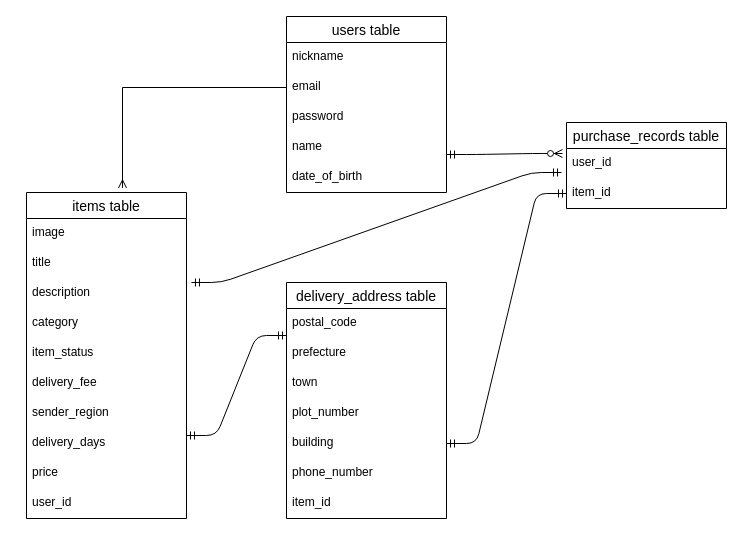
This is furima_er.dio from ru2rock/furima-35643, a draw.io file, before an edit. Source tidied: cells renumbered, new cells numbered last; positions are measured from the earlier drawing's top-left corner, leaving out a move shared by most shapes. Both pictures are drawn from the tidied source at 100%, with x=0, y=0 at pixel (26, 16).
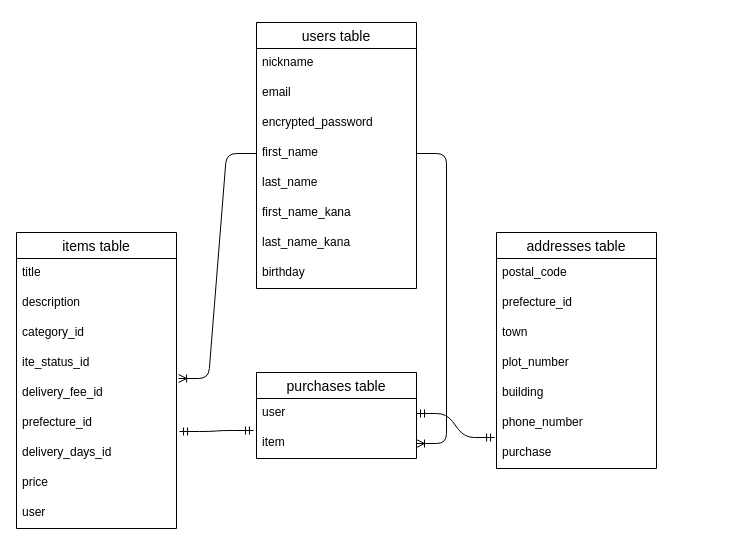
Above is the later version.

What changed in the source:
```diff
@@
-    <mxCell id="0" />
-    <mxCell id="1" parent="0" />
+    <mxCell id="35" />
+    <mxCell id="36" parent="35" />
-    <mxCell id="2" value="items table" style="swimlane;fontStyle=0;horizontal=1;startSize=26;align=center;fontSize=14;" parent="1" vertex="1">
-      <mxGeometry y="176" width="160" height="326" as="geometry" />
+    <mxCell id="2" value="items table" style="swimlane;fontStyle=0;horizontal=1;startSize=26;align=center;fontSize=14;" parent="36" vertex="1">
+      <mxGeometry x="-10" y="216" width="160" height="296" as="geometry" />
     </mxCell>
-    <mxCell id="3" value="image&#10;" style="text;strokeColor=none;fillColor=none;spacingLeft=4;spacingRight=4;overflow=hidden;fontSize=12;" parent="2" vertex="1">
-      <mxGeometry y="26" width="160" height="30" as="geometry" />
-    </mxCell>
     <mxCell id="4" value="title" style="text;strokeColor=none;fillColor=none;spacingLeft=4;spacingRight=4;overflow=hidden;fontSize=12;" parent="2" vertex="1">
-      <mxGeometry y="56" width="160" height="30" as="geometry" />
+      <mxGeometry y="26" width="160" height="30" as="geometry" />
     </mxCell>
     <mxCell id="5" value="description" style="text;strokeColor=none;fillColor=none;spacingLeft=4;spacingRight=4;overflow=hidden;points=[[0,0.5],[1,0.5]];portConstraint=eastwest;fontSize=12;" parent="2" vertex="1">
-      <mxGeometry y="86" width="160" height="30" as="geometry" />
+      <mxGeometry y="56" width="160" height="30" as="geometry" />
     </mxCell>
-    <mxCell id="6" value="category" style="text;strokeColor=none;fillColor=none;spacingLeft=4;spacingRight=4;overflow=hidden;fontSize=12;" parent="2" vertex="1">
-      <mxGeometry y="116" width="160" height="30" as="geometry" />
-    </mxCell>
-    <mxCell id="7" value="item_status" style="text;strokeColor=none;fillColor=none;spacingLeft=4;spacingRight=4;overflow=hidden;fontSize=12;" parent="2" vertex="1">
-      <mxGeometry y="146" width="160" height="30" as="geometry" />
-    </mxCell>
-    <mxCell id="8" value="delivery_fee" style="text;strokeColor=none;fillColor=none;spacingLeft=4;spacingRight=4;overflow=hidden;fontSize=12;" parent="2" vertex="1">
-      <mxGeometry y="176" width="160" height="30" as="geometry" />
-    </mxCell>
-    <mxCell id="9" value="sender_region" style="text;strokeColor=none;fillColor=none;spacingLeft=4;spacingRight=4;overflow=hidden;fontSize=12;" parent="2" vertex="1">
-      <mxGeometry y="206" width="160" height="30" as="geometry" />
-    </mxCell>
-    <mxCell id="10" value="delivery_days" style="text;strokeColor=none;fillColor=none;spacingLeft=4;spacingRight=4;overflow=hidden;fontSize=12;" parent="2" vertex="1">
-      <mxGeometry y="236" width="160" height="30" as="geometry" />
-    </mxCell>
+    <mxCell id="37" value="category_id" style="text;strokeColor=none;fillColor=none;spacingLeft=4;spacingRight=4;overflow=hidden;fontSize=12;" parent="2" vertex="1">
+      <mxGeometry y="86" width="160" height="30" as="geometry" />
+    </mxCell>
+    <mxCell id="38" value="ite_status_id" style="text;strokeColor=none;fillColor=none;spacingLeft=4;spacingRight=4;overflow=hidden;points=[[0,0.5],[1,0.5]];portConstraint=eastwest;fontSize=12;" parent="2" vertex="1">
+      <mxGeometry y="116" width="160" height="30" as="geometry" />
+    </mxCell>
+    <mxCell id="39" value="delivery_fee_id" style="text;strokeColor=none;fillColor=none;spacingLeft=4;spacingRight=4;overflow=hidden;fontSize=12;" parent="2" vertex="1">
+      <mxGeometry y="146" width="160" height="30" as="geometry" />
+    </mxCell>
+    <mxCell id="40" value="prefecture_id" style="text;strokeColor=none;fillColor=none;spacingLeft=4;spacingRight=4;overflow=hidden;points=[[0,0.5],[1,0.5]];portConstraint=eastwest;fontSize=12;" parent="2" vertex="1">
+      <mxGeometry y="176" width="160" height="30" as="geometry" />
+    </mxCell>
+    <mxCell id="41" value="delivery_days_id" style="text;strokeColor=none;fillColor=none;spacingLeft=4;spacingRight=4;overflow=hidden;fontSize=12;" parent="2" vertex="1">
+      <mxGeometry y="206" width="160" height="30" as="geometry" />
+    </mxCell>
     <mxCell id="11" value="price" style="text;strokeColor=none;fillColor=none;spacingLeft=4;spacingRight=4;overflow=hidden;fontSize=12;" parent="2" vertex="1">
-      <mxGeometry y="266" width="160" height="30" as="geometry" />
+      <mxGeometry y="236" width="160" height="30" as="geometry" />
     </mxCell>
-    <mxCell id="12" value="user_id" style="text;strokeColor=none;fillColor=none;spacingLeft=4;spacingRight=4;overflow=hidden;fontSize=12;" parent="2" vertex="1">
-      <mxGeometry y="296" width="160" height="30" as="geometry" />
-    </mxCell>
-    <mxCell id="13" value="users table" style="swimlane;fontStyle=0;horizontal=1;startSize=26;align=center;fontSize=14;" parent="1" vertex="1">
-      <mxGeometry x="260" width="160" height="176" as="geometry" />
-    </mxCell>
-    <mxCell id="14" value="nickname" style="text;strokeColor=none;fillColor=none;spacingLeft=4;spacingRight=4;overflow=hidden;fontSize=12;" parent="13" vertex="1">
-      <mxGeometry y="26" width="160" height="30" as="geometry" />
-    </mxCell>
-    <mxCell id="15" value="email" style="text;strokeColor=none;fillColor=none;spacingLeft=4;spacingRight=4;overflow=hidden;points=[[0,0.5],[1,0.5]];portConstraint=eastwest;fontSize=12;" parent="13" vertex="1">
-      <mxGeometry y="56" width="160" height="30" as="geometry" />
-    </mxCell>
-    <mxCell id="16" value="password" style="text;strokeColor=none;fillColor=none;spacingLeft=4;spacingRight=4;overflow=hidden;fontSize=12;" parent="13" vertex="1">
-      <mxGeometry y="86" width="160" height="30" as="geometry" />
-    </mxCell>
-    <mxCell id="17" value="name" style="text;strokeColor=none;fillColor=none;spacingLeft=4;spacingRight=4;overflow=hidden;fontSize=12;" parent="13" vertex="1">
-      <mxGeometry y="116" width="160" height="30" as="geometry" />
-    </mxCell>
-    <mxCell id="18" value="date_of_birth" style="text;strokeColor=none;fillColor=none;spacingLeft=4;spacingRight=4;overflow=hidden;fontSize=12;" parent="13" vertex="1">
-      <mxGeometry y="146" width="160" height="30" as="geometry" />
-    </mxCell>
-    <mxCell id="19" value="delivery_address table" style="swimlane;fontStyle=0;horizontal=1;startSize=26;align=center;fontSize=14;" parent="1" vertex="1">
-      <mxGeometry x="260" y="266" width="160" height="236" as="geometry" />
-    </mxCell>
+    <mxCell id="42" value="user" style="text;strokeColor=none;fillColor=none;spacingLeft=4;spacingRight=4;overflow=hidden;fontSize=12;" parent="2" vertex="1">
+      <mxGeometry y="266" width="160" height="30" as="geometry" />
+    </mxCell>
+    <mxCell id="43" value="addresses table" style="swimlane;fontStyle=0;horizontal=1;startSize=26;align=center;fontSize=14;" parent="36" vertex="1">
+      <mxGeometry x="470" y="216" width="160" height="236" as="geometry" />
+    </mxCell>
-    <mxCell id="20" value="postal_code" style="text;strokeColor=none;fillColor=none;spacingLeft=4;spacingRight=4;overflow=hidden;fontSize=12;" parent="19" vertex="1">
+    <mxCell id="20" value="postal_code" style="text;strokeColor=none;fillColor=none;spacingLeft=4;spacingRight=4;overflow=hidden;fontSize=12;" parent="43" vertex="1">
       <mxGeometry y="26" width="160" height="30" as="geometry" />
     </mxCell>
-    <mxCell id="21" value="prefecture" style="text;strokeColor=none;fillColor=none;spacingLeft=4;spacingRight=4;overflow=hidden;fontSize=12;" parent="19" vertex="1">
-      <mxGeometry y="56" width="160" height="30" as="geometry" />
-    </mxCell>
+    <mxCell id="44" value="prefecture_id" style="text;strokeColor=none;fillColor=none;spacingLeft=4;spacingRight=4;overflow=hidden;fontSize=12;" parent="43" vertex="1">
+      <mxGeometry y="56" width="160" height="30" as="geometry" />
+    </mxCell>
-    <mxCell id="22" value="town" style="text;strokeColor=none;fillColor=none;spacingLeft=4;spacingRight=4;overflow=hidden;fontSize=12;" parent="19" vertex="1">
+    <mxCell id="22" value="town" style="text;strokeColor=none;fillColor=none;spacingLeft=4;spacingRight=4;overflow=hidden;fontSize=12;" parent="43" vertex="1">
       <mxGeometry y="86" width="160" height="30" as="geometry" />
     </mxCell>
-    <mxCell id="23" value="plot_number" style="text;strokeColor=none;fillColor=none;spacingLeft=4;spacingRight=4;overflow=hidden;fontSize=12;" parent="19" vertex="1">
+    <mxCell id="23" value="plot_number" style="text;strokeColor=none;fillColor=none;spacingLeft=4;spacingRight=4;overflow=hidden;fontSize=12;" parent="43" vertex="1">
       <mxGeometry y="116" width="160" height="30" as="geometry" />
     </mxCell>
-    <mxCell id="24" value="building" style="text;strokeColor=none;fillColor=none;spacingLeft=4;spacingRight=4;overflow=hidden;points=[[0,0.5],[1,0.5]];portConstraint=eastwest;fontSize=12;" parent="19" vertex="1">
+    <mxCell id="24" value="building" style="text;strokeColor=none;fillColor=none;spacingLeft=4;spacingRight=4;overflow=hidden;points=[[0,0.5],[1,0.5]];portConstraint=eastwest;fontSize=12;" parent="43" vertex="1">
       <mxGeometry y="146" width="160" height="30" as="geometry" />
     </mxCell>
-    <mxCell id="25" value="phone_number" style="text;strokeColor=none;fillColor=none;spacingLeft=4;spacingRight=4;overflow=hidden;points=[[0,0.5],[1,0.5]];portConstraint=eastwest;fontSize=12;" parent="19" vertex="1">
+    <mxCell id="25" value="phone_number" style="text;strokeColor=none;fillColor=none;spacingLeft=4;spacingRight=4;overflow=hidden;points=[[0,0.5],[1,0.5]];portConstraint=eastwest;fontSize=12;" parent="43" vertex="1">
       <mxGeometry y="176" width="160" height="30" as="geometry" />
     </mxCell>
-    <mxCell id="26" value="item_id" style="text;strokeColor=none;fillColor=none;spacingLeft=4;spacingRight=4;overflow=hidden;fontSize=12;" parent="19" vertex="1">
-      <mxGeometry y="206" width="160" height="30" as="geometry" />
-    </mxCell>
-    <mxCell id="27" value="purchase_records table" style="swimlane;fontStyle=0;horizontal=1;startSize=26;align=center;fontSize=14;" parent="1" vertex="1">
-      <mxGeometry x="540" y="106" width="160" height="86" as="geometry" />
-    </mxCell>
-    <mxCell id="28" value="user_id" style="text;strokeColor=none;fillColor=none;spacingLeft=4;spacingRight=4;overflow=hidden;points=[[0,0.5],[1,0.5]];portConstraint=eastwest;fontSize=12;" parent="27" vertex="1">
-      <mxGeometry y="26" width="160" height="30" as="geometry" />
-    </mxCell>
-    <mxCell id="29" value="item_id" style="text;strokeColor=none;fillColor=none;spacingLeft=4;spacingRight=4;overflow=hidden;fontSize=12;" parent="27" vertex="1">
-      <mxGeometry y="56" width="160" height="30" as="geometry" />
-    </mxCell>
-    <mxCell id="30" style="edgeStyle=orthogonalEdgeStyle;rounded=0;jettySize=auto;html=1;exitX=0;exitY=0.5;exitDx=0;exitDy=0;entryX=0.6;entryY=-0.014;entryDx=0;entryDy=0;entryPerimeter=0;endArrow=ERmany;endFill=0;" parent="1" edge="1" source="15" target="2">
-      <mxGeometry relative="1" as="geometry" />
-    </mxCell>
-    <mxCell id="31" style="edgeStyle=entityRelationEdgeStyle;fontSize=12;html=1;endArrow=ERmandOne;startArrow=ERmandOne;exitX=1;exitY=0.5;exitDx=0;exitDy=0;entryX=0;entryY=0.5;entryDx=0;entryDy=0;" parent="1" edge="1" source="24">
-      <mxGeometry relative="1" as="geometry">
-        <mxPoint x="540" y="177" as="targetPoint" />
-      </mxGeometry>
-    </mxCell>
-    <mxCell id="32" style="edgeStyle=entityRelationEdgeStyle;fontSize=12;html=1;endArrow=ERmandOne;startArrow=ERmandOne;" parent="1" edge="1">
-      <mxGeometry relative="1" as="geometry">
-        <mxPoint x="160" y="419" as="sourcePoint" />
-        <mxPoint x="260" y="319" as="targetPoint" />
-      </mxGeometry>
-    </mxCell>
-    <mxCell id="33" style="edgeStyle=entityRelationEdgeStyle;fontSize=12;html=1;endArrow=ERzeroToMany;startArrow=ERmandOne;entryX=-0.025;entryY=0.167;entryDx=0;entryDy=0;entryPerimeter=0;" parent="1" edge="1">
-      <mxGeometry relative="1" as="geometry">
-        <mxPoint x="420" y="138" as="sourcePoint" />
-        <mxPoint x="536" y="137" as="targetPoint" />
-      </mxGeometry>
-    </mxCell>
-    <mxCell id="34" style="edgeStyle=entityRelationEdgeStyle;fontSize=12;html=1;endArrow=ERmandOne;startArrow=ERmandOne;entryX=-0.031;entryY=0.8;entryDx=0;entryDy=0;entryPerimeter=0;exitX=1.031;exitY=0.133;exitDx=0;exitDy=0;exitPerimeter=0;" parent="1" edge="1" source="5" target="28">
-      <mxGeometry relative="1" as="geometry" />
-    </mxCell>
+    <mxCell id="45" value="purchase" style="text;strokeColor=none;fillColor=none;spacingLeft=4;spacingRight=4;overflow=hidden;fontSize=12;" parent="43" vertex="1">
+      <mxGeometry y="206" width="160" height="30" as="geometry" />
+    </mxCell>
+    <mxCell id="46" value="purchases table" style="swimlane;fontStyle=0;horizontal=1;startSize=26;align=center;fontSize=14;" parent="36" vertex="1">
+      <mxGeometry x="230" y="356" width="160" height="86" as="geometry" />
+    </mxCell>
+    <mxCell id="47" value="user" style="text;strokeColor=none;fillColor=none;spacingLeft=4;spacingRight=4;overflow=hidden;points=[[0,0.5],[1,0.5]];portConstraint=eastwest;fontSize=12;" parent="46" vertex="1">
+      <mxGeometry y="26" width="160" height="30" as="geometry" />
+    </mxCell>
+    <mxCell id="48" value="item" style="text;strokeColor=none;fillColor=none;spacingLeft=4;spacingRight=4;overflow=hidden;points=[[0,0.5],[1,0.5]];portConstraint=eastwest;fontSize=12;" parent="46" vertex="1">
+      <mxGeometry y="56" width="160" height="30" as="geometry" />
+    </mxCell>
+    <mxCell id="13" value="users table" style="swimlane;fontStyle=0;horizontal=1;startSize=26;align=center;fontSize=14;" parent="36" vertex="1">
+      <mxGeometry x="230" y="6" width="160" height="266" as="geometry" />
+    </mxCell>
+    <mxCell id="14" value="nickname" style="text;strokeColor=none;fillColor=none;spacingLeft=4;spacingRight=4;overflow=hidden;fontSize=12;" parent="13" vertex="1">
+      <mxGeometry y="26" width="160" height="30" as="geometry" />
+    </mxCell>
+    <mxCell id="15" value="email" style="text;strokeColor=none;fillColor=none;spacingLeft=4;spacingRight=4;overflow=hidden;points=[[0,0.5],[1,0.5]];portConstraint=eastwest;fontSize=12;" parent="13" vertex="1">
+      <mxGeometry y="56" width="160" height="30" as="geometry" />
+    </mxCell>
+    <mxCell id="49" value="encrypted_password" style="text;strokeColor=none;fillColor=none;spacingLeft=4;spacingRight=4;overflow=hidden;fontSize=12;" parent="13" vertex="1">
+      <mxGeometry y="86" width="160" height="30" as="geometry" />
+    </mxCell>
+    <mxCell id="50" value="first_name" style="text;strokeColor=none;fillColor=none;spacingLeft=4;spacingRight=4;overflow=hidden;points=[[0,0.5],[1,0.5]];portConstraint=eastwest;fontSize=12;" parent="13" vertex="1">
+      <mxGeometry y="116" width="160" height="30" as="geometry" />
+    </mxCell>
+    <mxCell id="51" value="last_name&#10;" style="text;strokeColor=none;fillColor=none;spacingLeft=4;spacingRight=4;overflow=hidden;fontSize=12;" parent="13" vertex="1">
+      <mxGeometry y="146" width="160" height="30" as="geometry" />
+    </mxCell>
+    <mxCell id="52" value="first_name_kana" style="text;strokeColor=none;fillColor=none;spacingLeft=4;spacingRight=4;overflow=hidden;fontSize=12;" parent="13" vertex="1">
+      <mxGeometry y="176" width="160" height="30" as="geometry" />
+    </mxCell>
+    <mxCell id="53" value="last_name_kana" style="text;strokeColor=none;fillColor=none;spacingLeft=4;spacingRight=4;overflow=hidden;fontSize=12;" parent="13" vertex="1">
+      <mxGeometry y="206" width="160" height="30" as="geometry" />
+    </mxCell>
+    <mxCell id="54" value="birthday" style="text;strokeColor=none;fillColor=none;spacingLeft=4;spacingRight=4;overflow=hidden;fontSize=12;" parent="13" vertex="1">
+      <mxGeometry y="236" width="160" height="30" as="geometry" />
+    </mxCell>
+    <mxCell id="55" style="edgeStyle=entityRelationEdgeStyle;fontSize=12;html=1;endArrow=ERoneToMany;exitX=0;exitY=0.5;exitDx=0;exitDy=0;entryX=1.013;entryY=1;entryDx=0;entryDy=0;entryPerimeter=0;" parent="36" edge="1" source="50" target="38">
+      <mxGeometry relative="1" as="geometry" />
+    </mxCell>
+    <mxCell id="56" style="edgeStyle=entityRelationEdgeStyle;fontSize=12;html=1;endArrow=ERmandOne;startArrow=ERmandOne;exitX=1.019;exitY=0.767;exitDx=0;exitDy=0;exitPerimeter=0;" parent="36" edge="1" source="40">
+      <mxGeometry relative="1" as="geometry">
+        <mxPoint x="227" y="414" as="targetPoint" />
+      </mxGeometry>
+    </mxCell>
+    <mxCell id="57" style="edgeStyle=entityRelationEdgeStyle;fontSize=12;html=1;endArrow=ERmandOne;startArrow=ERmandOne;entryX=-0.012;entryY=0.967;entryDx=0;entryDy=0;entryPerimeter=0;" parent="36" edge="1" source="47" target="25">
+      <mxGeometry relative="1" as="geometry" />
+    </mxCell>
+    <mxCell id="58" style="edgeStyle=entityRelationEdgeStyle;fontSize=12;html=1;endArrow=ERoneToMany;exitX=1;exitY=0.5;exitDx=0;exitDy=0;" parent="36" edge="1" source="50" target="48">
+      <mxGeometry relative="1" as="geometry" />
+    </mxCell>
```
